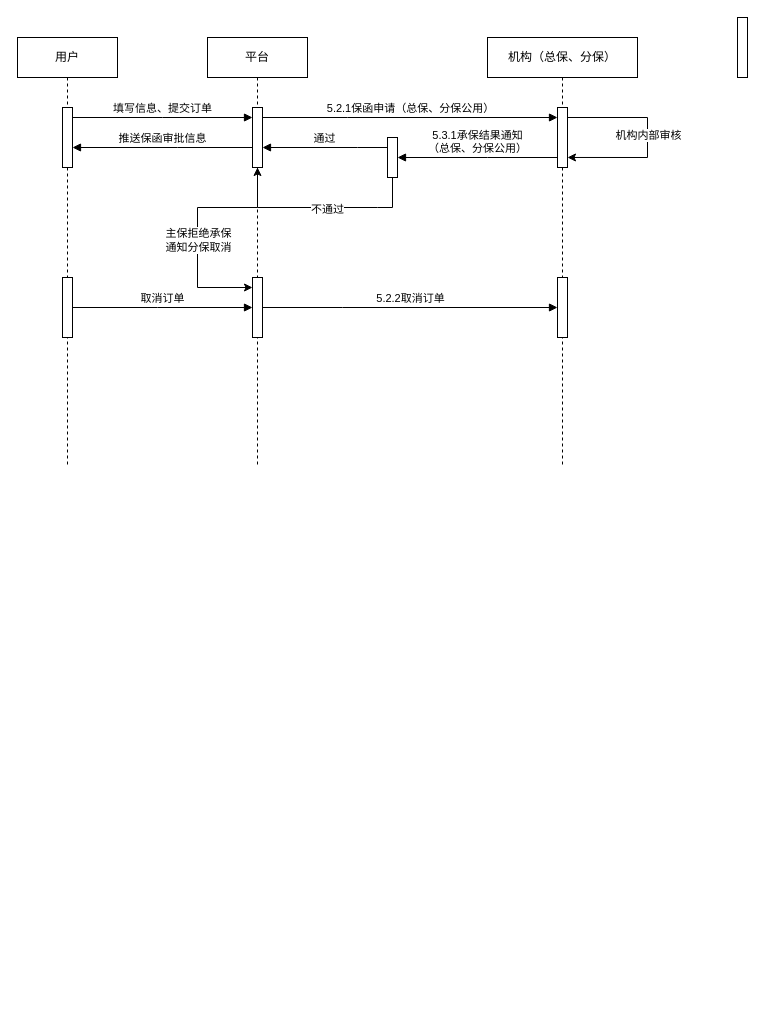
The draw.io diagram 未命名绘图.drawio in jiedada/hello-world, before the edit. Source tidied: cells renumbered, new cells numbered last; positions are measured from the earlier drawing's top-left corner, leaving out a move shared by most shapes. Both pictures are drawn from the tidied source at 100%, with x=0, y=0 at pixel (17, 17).
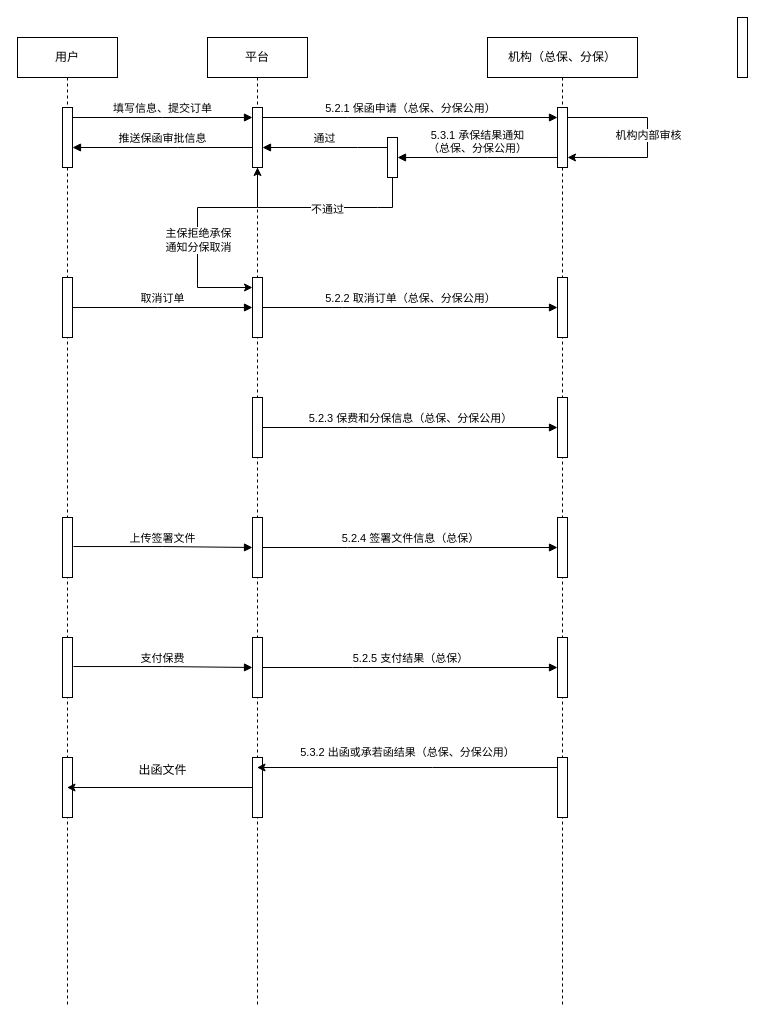
Above is the later version.

Commit message (it also covers changes not shown here):
农名工工资.drawio

Unchanged cells that the change refers to:
```xml
<mxCell id="6" style="html=1;points=[];perimeter=orthogonalPerimeter;outlineConnect=0;targetShapes=umlLifeline;portConstraint=eastwest;newEdgeStyle={&quot;edgeStyle&quot;:&quot;elbowEdgeStyle&quot;,&quot;elbow&quot;:&quot;vertical&quot;,&quot;curved&quot;:0,&quot;rounded&quot;:0};" parent="5" vertex="1">
  <mxGeometry x="70" y="70" width="10" height="60" as="geometry" />
</mxCell>
<mxCell id="7" style="html=1;points=[];perimeter=orthogonalPerimeter;outlineConnect=0;targetShapes=umlLifeline;portConstraint=eastwest;newEdgeStyle={&quot;edgeStyle&quot;:&quot;elbowEdgeStyle&quot;,&quot;elbow&quot;:&quot;vertical&quot;,&quot;curved&quot;:0,&quot;rounded&quot;:0};" parent="5" vertex="1">
  <mxGeometry x="70" y="240" width="10" height="60" as="geometry" />
</mxCell>
<mxCell id="9" style="html=1;points=[];perimeter=orthogonalPerimeter;outlineConnect=0;targetShapes=umlLifeline;portConstraint=eastwest;newEdgeStyle={&quot;edgeStyle&quot;:&quot;elbowEdgeStyle&quot;,&quot;elbow&quot;:&quot;vertical&quot;,&quot;curved&quot;:0,&quot;rounded&quot;:0};" parent="8" vertex="1">
  <mxGeometry x="45" y="70" width="10" height="60" as="geometry" />
</mxCell>
<mxCell id="10" style="html=1;points=[];perimeter=orthogonalPerimeter;outlineConnect=0;targetShapes=umlLifeline;portConstraint=eastwest;newEdgeStyle={&quot;edgeStyle&quot;:&quot;elbowEdgeStyle&quot;,&quot;elbow&quot;:&quot;vertical&quot;,&quot;curved&quot;:0,&quot;rounded&quot;:0};" parent="8" vertex="1">
  <mxGeometry x="45" y="240" width="10" height="60" as="geometry" />
</mxCell>
```

The edit, as a diff of the source:
```diff
@@
     <mxCell id="2" value="用户" style="shape=umlLifeline;perimeter=lifelinePerimeter;whiteSpace=wrap;html=1;outlineConnect=0;portConstraint=eastwest;newEdgeStyle={&quot;edgeStyle&quot;:&quot;elbowEdgeStyle&quot;,&quot;elbow&quot;:&quot;vertical&quot;,&quot;curved&quot;:0,&quot;rounded&quot;:0};" parent="1" vertex="1">
-      <mxGeometry y="20" width="100" height="430" as="geometry" />
+      <mxGeometry y="20" width="100" height="970" as="geometry" />
     </mxCell>
@@
+    <mxCell id="26" style="html=1;points=[];perimeter=orthogonalPerimeter;outlineConnect=0;targetShapes=umlLifeline;portConstraint=eastwest;newEdgeStyle={&quot;edgeStyle&quot;:&quot;elbowEdgeStyle&quot;,&quot;elbow&quot;:&quot;vertical&quot;,&quot;curved&quot;:0,&quot;rounded&quot;:0};" parent="2" vertex="1">
+      <mxGeometry x="45" y="480" width="10" height="60" as="geometry" />
+    </mxCell>
+    <mxCell id="27" style="html=1;points=[];perimeter=orthogonalPerimeter;outlineConnect=0;targetShapes=umlLifeline;portConstraint=eastwest;newEdgeStyle={&quot;edgeStyle&quot;:&quot;elbowEdgeStyle&quot;,&quot;elbow&quot;:&quot;vertical&quot;,&quot;curved&quot;:0,&quot;rounded&quot;:0};" parent="2" vertex="1">
+      <mxGeometry x="45" y="600" width="10" height="60" as="geometry" />
+    </mxCell>
+    <mxCell id="28" style="html=1;perimeter=orthogonalPerimeter;targetShapes=umlLifeline;newEdgeStyle={&quot;edgeStyle&quot;:&quot;elbowEdgeStyle&quot;,&quot;elbow&quot;:&quot;vertical&quot;,&quot;curved&quot;:0,&quot;rounded&quot;:0};" parent="2" vertex="1">
+      <mxGeometry x="45" y="720" width="10" height="60" as="geometry" />
+    </mxCell>
     <mxCell id="5" value="机构（总保、分保）" style="shape=umlLifeline;perimeter=lifelinePerimeter;whiteSpace=wrap;html=1;newEdgeStyle={&quot;edgeStyle&quot;:&quot;elbowEdgeStyle&quot;,&quot;elbow&quot;:&quot;vertical&quot;,&quot;curved&quot;:0,&quot;rounded&quot;:0};" parent="1" vertex="1">
-      <mxGeometry x="470" y="20" width="150" height="430" as="geometry" />
+      <mxGeometry x="470" y="20" width="150" height="970" as="geometry" />
     </mxCell>
@@
+    <mxCell id="29" style="html=1;points=[];perimeter=orthogonalPerimeter;outlineConnect=0;targetShapes=umlLifeline;portConstraint=eastwest;newEdgeStyle={&quot;edgeStyle&quot;:&quot;elbowEdgeStyle&quot;,&quot;elbow&quot;:&quot;vertical&quot;,&quot;curved&quot;:0,&quot;rounded&quot;:0};" parent="5" vertex="1">
+      <mxGeometry x="70" y="360" width="10" height="60" as="geometry" />
+    </mxCell>
+    <mxCell id="30" style="html=1;points=[];perimeter=orthogonalPerimeter;outlineConnect=0;targetShapes=umlLifeline;portConstraint=eastwest;newEdgeStyle={&quot;edgeStyle&quot;:&quot;elbowEdgeStyle&quot;,&quot;elbow&quot;:&quot;vertical&quot;,&quot;curved&quot;:0,&quot;rounded&quot;:0};" parent="5" vertex="1">
+      <mxGeometry x="70" y="480" width="10" height="60" as="geometry" />
+    </mxCell>
+    <mxCell id="31" style="html=1;points=[];perimeter=orthogonalPerimeter;outlineConnect=0;targetShapes=umlLifeline;portConstraint=eastwest;newEdgeStyle={&quot;edgeStyle&quot;:&quot;elbowEdgeStyle&quot;,&quot;elbow&quot;:&quot;vertical&quot;,&quot;curved&quot;:0,&quot;rounded&quot;:0};" parent="5" vertex="1">
+      <mxGeometry x="70" y="600" width="10" height="60" as="geometry" />
+    </mxCell>
+    <mxCell id="32" style="html=1;perimeter=orthogonalPerimeter;targetShapes=umlLifeline;newEdgeStyle={&quot;edgeStyle&quot;:&quot;elbowEdgeStyle&quot;,&quot;elbow&quot;:&quot;vertical&quot;,&quot;curved&quot;:0,&quot;rounded&quot;:0};" parent="5" vertex="1">
+      <mxGeometry x="70" y="720" width="10" height="60" as="geometry" />
+    </mxCell>
     <mxCell id="8" value="平台" style="shape=umlLifeline;perimeter=lifelinePerimeter;whiteSpace=wrap;html=1;outlineConnect=0;portConstraint=eastwest;newEdgeStyle={&quot;edgeStyle&quot;:&quot;elbowEdgeStyle&quot;,&quot;elbow&quot;:&quot;vertical&quot;,&quot;curved&quot;:0,&quot;rounded&quot;:0};" parent="1" vertex="1">
-      <mxGeometry x="190" y="20" width="100" height="430" as="geometry" />
+      <mxGeometry x="190" y="20" width="100" height="970" as="geometry" />
     </mxCell>
@@
+    <mxCell id="33" style="html=1;points=[];perimeter=orthogonalPerimeter;outlineConnect=0;targetShapes=umlLifeline;portConstraint=eastwest;newEdgeStyle={&quot;edgeStyle&quot;:&quot;elbowEdgeStyle&quot;,&quot;elbow&quot;:&quot;vertical&quot;,&quot;curved&quot;:0,&quot;rounded&quot;:0};" parent="8" vertex="1">
+      <mxGeometry x="45" y="360" width="10" height="60" as="geometry" />
+    </mxCell>
+    <mxCell id="34" style="html=1;points=[];perimeter=orthogonalPerimeter;outlineConnect=0;targetShapes=umlLifeline;portConstraint=eastwest;newEdgeStyle={&quot;edgeStyle&quot;:&quot;elbowEdgeStyle&quot;,&quot;elbow&quot;:&quot;vertical&quot;,&quot;curved&quot;:0,&quot;rounded&quot;:0};" parent="8" vertex="1">
+      <mxGeometry x="45" y="480" width="10" height="60" as="geometry" />
+    </mxCell>
+    <mxCell id="35" style="html=1;points=[];perimeter=orthogonalPerimeter;outlineConnect=0;targetShapes=umlLifeline;portConstraint=eastwest;newEdgeStyle={&quot;edgeStyle&quot;:&quot;elbowEdgeStyle&quot;,&quot;elbow&quot;:&quot;vertical&quot;,&quot;curved&quot;:0,&quot;rounded&quot;:0};" parent="8" vertex="1">
+      <mxGeometry x="45" y="600" width="10" height="60" as="geometry" />
+    </mxCell>
+    <mxCell id="36" style="html=1;points=[];perimeter=orthogonalPerimeter;outlineConnect=0;targetShapes=umlLifeline;portConstraint=eastwest;newEdgeStyle={&quot;edgeStyle&quot;:&quot;elbowEdgeStyle&quot;,&quot;elbow&quot;:&quot;vertical&quot;,&quot;curved&quot;:0,&quot;rounded&quot;:0};" parent="8" vertex="1">
+      <mxGeometry x="45" y="720" width="10" height="60" as="geometry" />
+    </mxCell>
@@
-    <mxCell id="12" value="5.2.1保函申请（总保、分保公用）" style="html=1;verticalAlign=bottom;endArrow=block;edgeStyle=elbowEdgeStyle;elbow=vertical;curved=0;rounded=0;" parent="1" edge="1" source="9" target="6">
+    <mxCell id="12" value="5.2.1 保函申请（总保、分保公用）" style="html=1;verticalAlign=bottom;endArrow=block;edgeStyle=elbowEdgeStyle;elbow=vertical;curved=0;rounded=0;" parent="1" edge="1" source="9" target="6">
       <mxGeometry relative="1" as="geometry">
         <Array as="points">
           <mxPoint x="330" y="100" />
         </Array>
       </mxGeometry>
     </mxCell>
@@
-    <mxCell id="15" value="5.3.1承保结果通知&lt;br&gt;（总保、分保公用）" style="html=1;verticalAlign=bottom;endArrow=block;edgeStyle=elbowEdgeStyle;elbow=vertical;curved=0;rounded=0;" parent="1" edge="1" source="6">
+    <mxCell id="15" value="5.3.1 承保结果通知&lt;br&gt;（总保、分保公用）" style="html=1;verticalAlign=bottom;endArrow=block;edgeStyle=elbowEdgeStyle;elbow=vertical;curved=0;rounded=0;" parent="1" edge="1" source="6">
       <mxGeometry relative="1" as="geometry">
         <mxPoint x="380" y="140" as="targetPoint" />
         <Array as="points">
           <mxPoint x="470" y="140" />
         </Array>
       </mxGeometry>
     </mxCell>
@@
-    <mxCell id="23" value="5.2.2取消订单" style="html=1;verticalAlign=bottom;endArrow=block;edgeStyle=elbowEdgeStyle;elbow=vertical;curved=0;rounded=0;" parent="1" edge="1" source="10" target="7">
+    <mxCell id="23" value="5.2.2 取消订单（总保、分保公用）" style="html=1;verticalAlign=bottom;endArrow=block;edgeStyle=elbowEdgeStyle;elbow=vertical;curved=0;rounded=0;" parent="1" edge="1" source="10" target="7">
       <mxGeometry relative="1" as="geometry">
         <Array as="points">
           <mxPoint x="325" y="290" />
         </Array>
       </mxGeometry>
     </mxCell>
@@
+    <mxCell id="37" value="5.2.3 保费和分保信息（总保、分保公用）" style="html=1;verticalAlign=bottom;endArrow=block;edgeStyle=elbowEdgeStyle;elbow=vertical;curved=0;rounded=0;" parent="1" edge="1" source="33" target="29">
+      <mxGeometry relative="1" as="geometry">
+        <Array as="points">
+          <mxPoint x="330" y="410" />
+        </Array>
+      </mxGeometry>
+    </mxCell>
+    <mxCell id="38" value="上传签署文件" style="html=1;verticalAlign=bottom;endArrow=block;edgeStyle=elbowEdgeStyle;elbow=horizontal;curved=0;rounded=0;exitX=1.09;exitY=0.484;exitDx=0;exitDy=0;exitPerimeter=0;" parent="1" edge="1" source="26" target="34">
+      <mxGeometry relative="1" as="geometry" />
+    </mxCell>
+    <mxCell id="39" value="5.2.4 签署文件信息（总保）" style="html=1;verticalAlign=bottom;endArrow=block;edgeStyle=elbowEdgeStyle;elbow=vertical;curved=0;rounded=0;" parent="1" edge="1" source="34" target="30">
+      <mxGeometry relative="1" as="geometry">
+        <Array as="points">
+          <mxPoint x="330" y="530" />
+        </Array>
+      </mxGeometry>
+    </mxCell>
+    <mxCell id="40" value="支付保费" style="html=1;verticalAlign=bottom;endArrow=block;edgeStyle=elbowEdgeStyle;elbow=horizontal;curved=0;rounded=0;exitX=1.09;exitY=0.484;exitDx=0;exitDy=0;exitPerimeter=0;" parent="1" edge="1" source="27" target="35">
+      <mxGeometry relative="1" as="geometry" />
+    </mxCell>
+    <mxCell id="41" value="5.2.5 支付结果（总保）" style="html=1;verticalAlign=bottom;endArrow=block;edgeStyle=elbowEdgeStyle;elbow=vertical;curved=0;rounded=0;" parent="1" edge="1" source="35" target="31">
+      <mxGeometry relative="1" as="geometry">
+        <Array as="points">
+          <mxPoint x="335" y="650" />
+        </Array>
+      </mxGeometry>
+    </mxCell>
+    <mxCell id="42" style="edgeStyle=elbowEdgeStyle;rounded=0;jettySize=auto;html=1;elbow=vertical;curved=0;" parent="1" edge="1" source="36" target="2">
+      <mxGeometry relative="1" as="geometry" />
+    </mxCell>
+    <mxCell id="43" value="出函文件" style="text;html=1;align=center;verticalAlign=middle;strokeColor=none;fillColor=none;" parent="1" vertex="1">
+      <mxGeometry x="110" y="738" width="70" height="30" as="geometry" />
+    </mxCell>
+    <mxCell id="44" style="edgeStyle=elbowEdgeStyle;rounded=0;jettySize=auto;html=1;elbow=vertical;curved=0;" parent="1" edge="1" target="8">
+      <mxGeometry relative="1" as="geometry">
+        <mxPoint x="540" y="750" as="sourcePoint" />
+      </mxGeometry>
+    </mxCell>
+    <mxCell id="45" value="&lt;span style=&quot;font-size: 11px; background-color: rgb(255, 255, 255);&quot;&gt;5.3.2 出函或承若函结果（&lt;/span&gt;&lt;span style=&quot;font-size: 11px; background-color: rgb(255, 255, 255);&quot;&gt;总保、分保公用&lt;/span&gt;&lt;span style=&quot;font-size: 11px; background-color: rgb(255, 255, 255);&quot;&gt;）&lt;/span&gt;" style="text;html=1;align=center;verticalAlign=middle;strokeColor=none;fillColor=none;" parent="1" vertex="1">
+      <mxGeometry x="270" y="720" width="240" height="30" as="geometry" />
+    </mxCell>
```
